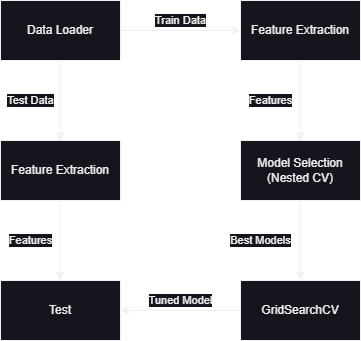
protocol66/SAFP keeps this draw.io diagram as docs/project_flow.png. Above is the earlier version. Source tidied: cells renumbered, new cells last; positions are measured from the earlier drawing's top-left corner, leaving out a move shared by most shapes. Source of this version:
```xml
<mxGraphModel>
  <root>
    <mxCell id="0" />
    <mxCell id="1" parent="0" />
    <mxCell id="2" value="Train Data" style="edgeStyle=orthogonalEdgeStyle;rounded=0;jettySize=auto;html=1;" parent="1" edge="1" source="4" target="6">
      <mxGeometry y="10" relative="1" as="geometry" />
    </mxCell>
    <mxCell id="3" value="Test Data" style="edgeStyle=orthogonalEdgeStyle;rounded=0;jettySize=auto;html=1;" parent="1" edge="1" source="4" target="12">
      <mxGeometry y="-30" relative="1" as="geometry" />
    </mxCell>
    <mxCell id="4" value="Data Loader" style="rounded=0;whiteSpace=wrap;html=1;" parent="1" vertex="1">
      <mxGeometry width="120" height="60" as="geometry" />
    </mxCell>
    <mxCell id="5" value="Features" style="edgeStyle=orthogonalEdgeStyle;rounded=0;jettySize=auto;html=1;" parent="1" edge="1" source="6" target="8">
      <mxGeometry y="-30" relative="1" as="geometry" />
    </mxCell>
    <mxCell id="6" value="Feature Extraction" style="whiteSpace=wrap;html=1;rounded=0;" parent="1" vertex="1">
      <mxGeometry x="240" width="120" height="60" as="geometry" />
    </mxCell>
    <mxCell id="7" value="Best Models" style="edgeStyle=orthogonalEdgeStyle;rounded=0;jettySize=auto;html=1;" parent="1" edge="1" source="8" target="10">
      <mxGeometry y="-40" relative="1" as="geometry" />
    </mxCell>
    <mxCell id="8" value="Model Selection (Nested CV)" style="whiteSpace=wrap;html=1;rounded=0;" parent="1" vertex="1">
      <mxGeometry x="240" y="140" width="120" height="60" as="geometry" />
    </mxCell>
    <mxCell id="9" value="Tuned Model" style="edgeStyle=orthogonalEdgeStyle;rounded=0;jettySize=auto;html=1;" parent="1" edge="1" source="10" target="11">
      <mxGeometry y="-10" relative="1" as="geometry" />
    </mxCell>
    <mxCell id="10" value="GridSearchCV" style="whiteSpace=wrap;html=1;rounded=0;" parent="1" vertex="1">
      <mxGeometry x="240" y="280" width="120" height="60" as="geometry" />
    </mxCell>
    <mxCell id="11" value="Test" style="whiteSpace=wrap;html=1;rounded=0;" parent="1" vertex="1">
      <mxGeometry y="280" width="120" height="60" as="geometry" />
    </mxCell>
    <mxCell id="12" value="Feature Extraction" style="whiteSpace=wrap;html=1;rounded=0;" parent="1" vertex="1">
      <mxGeometry y="140" width="120" height="60" as="geometry" />
    </mxCell>
    <mxCell id="13" value="Features" style="edgeStyle=orthogonalEdgeStyle;rounded=0;orthogonalLoop=1;jettySize=auto;html=1;" parent="1" edge="1">
      <mxGeometry y="-30" relative="1" as="geometry">
        <mxPoint x="59.7" y="200" as="sourcePoint" />
        <mxPoint x="59.7" y="280" as="targetPoint" />
      </mxGeometry>
    </mxCell>
  </root>
</mxGraphModel>
```
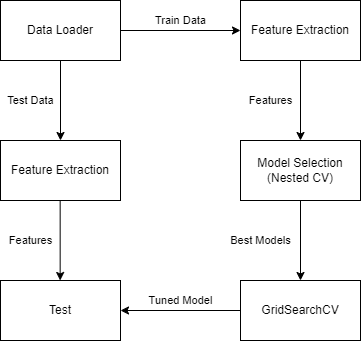
Above is the later version.

What changed in the source:
```diff
@@ -2,28 +2,28 @@
   <root>
     <mxCell id="0" />
     <mxCell id="1" parent="0" />
-    <mxCell id="2" value="Train Data" style="edgeStyle=orthogonalEdgeStyle;rounded=0;jettySize=auto;html=1;" parent="1" edge="1" source="4" target="6">
+    <mxCell id="2" value="Train Data" style="edgeStyle=orthogonalEdgeStyle;rounded=0;jettySize=auto;html=1;labelBackgroundColor=none;" parent="1" edge="1" source="4" target="6">
       <mxGeometry y="10" relative="1" as="geometry" />
     </mxCell>
-    <mxCell id="3" value="Test Data" style="edgeStyle=orthogonalEdgeStyle;rounded=0;jettySize=auto;html=1;" parent="1" edge="1" source="4" target="12">
+    <mxCell id="3" value="Test Data" style="edgeStyle=orthogonalEdgeStyle;rounded=0;jettySize=auto;html=1;labelBackgroundColor=none;" parent="1" edge="1" source="4" target="12">
       <mxGeometry y="-30" relative="1" as="geometry" />
     </mxCell>
     <mxCell id="4" value="Data Loader" style="rounded=0;whiteSpace=wrap;html=1;" parent="1" vertex="1">
       <mxGeometry width="120" height="60" as="geometry" />
     </mxCell>
-    <mxCell id="5" value="Features" style="edgeStyle=orthogonalEdgeStyle;rounded=0;jettySize=auto;html=1;" parent="1" edge="1" source="6" target="8">
+    <mxCell id="5" value="Features" style="edgeStyle=orthogonalEdgeStyle;rounded=0;jettySize=auto;html=1;labelBackgroundColor=none;" parent="1" edge="1" source="6" target="8">
       <mxGeometry y="-30" relative="1" as="geometry" />
     </mxCell>
     <mxCell id="6" value="Feature Extraction" style="whiteSpace=wrap;html=1;rounded=0;" parent="1" vertex="1">
       <mxGeometry x="240" width="120" height="60" as="geometry" />
     </mxCell>
-    <mxCell id="7" value="Best Models" style="edgeStyle=orthogonalEdgeStyle;rounded=0;jettySize=auto;html=1;" parent="1" edge="1" source="8" target="10">
+    <mxCell id="7" value="Best Models" style="edgeStyle=orthogonalEdgeStyle;rounded=0;jettySize=auto;html=1;labelBackgroundColor=none;" parent="1" edge="1" source="8" target="10">
       <mxGeometry y="-40" relative="1" as="geometry" />
     </mxCell>
     <mxCell id="8" value="Model Selection (Nested CV)" style="whiteSpace=wrap;html=1;rounded=0;" parent="1" vertex="1">
       <mxGeometry x="240" y="140" width="120" height="60" as="geometry" />
     </mxCell>
-    <mxCell id="9" value="Tuned Model" style="edgeStyle=orthogonalEdgeStyle;rounded=0;jettySize=auto;html=1;" parent="1" edge="1" source="10" target="11">
+    <mxCell id="9" value="Tuned Model" style="edgeStyle=orthogonalEdgeStyle;rounded=0;jettySize=auto;html=1;labelBackgroundColor=none;" parent="1" edge="1" source="10" target="11">
       <mxGeometry y="-10" relative="1" as="geometry" />
     </mxCell>
     <mxCell id="10" value="GridSearchCV" style="whiteSpace=wrap;html=1;rounded=0;" parent="1" vertex="1">
@@ -35,7 +35,7 @@
     <mxCell id="12" value="Feature Extraction" style="whiteSpace=wrap;html=1;rounded=0;" parent="1" vertex="1">
       <mxGeometry y="140" width="120" height="60" as="geometry" />
     </mxCell>
-    <mxCell id="13" value="Features" style="edgeStyle=orthogonalEdgeStyle;rounded=0;orthogonalLoop=1;jettySize=auto;html=1;" parent="1" edge="1">
+    <mxCell id="13" value="Features" style="edgeStyle=orthogonalEdgeStyle;rounded=0;orthogonalLoop=1;jettySize=auto;html=1;labelBackgroundColor=none;" parent="1" edge="1">
       <mxGeometry y="-30" relative="1" as="geometry">
         <mxPoint x="59.7" y="200" as="sourcePoint" />
         <mxPoint x="59.7" y="280" as="targetPoint" />
```
